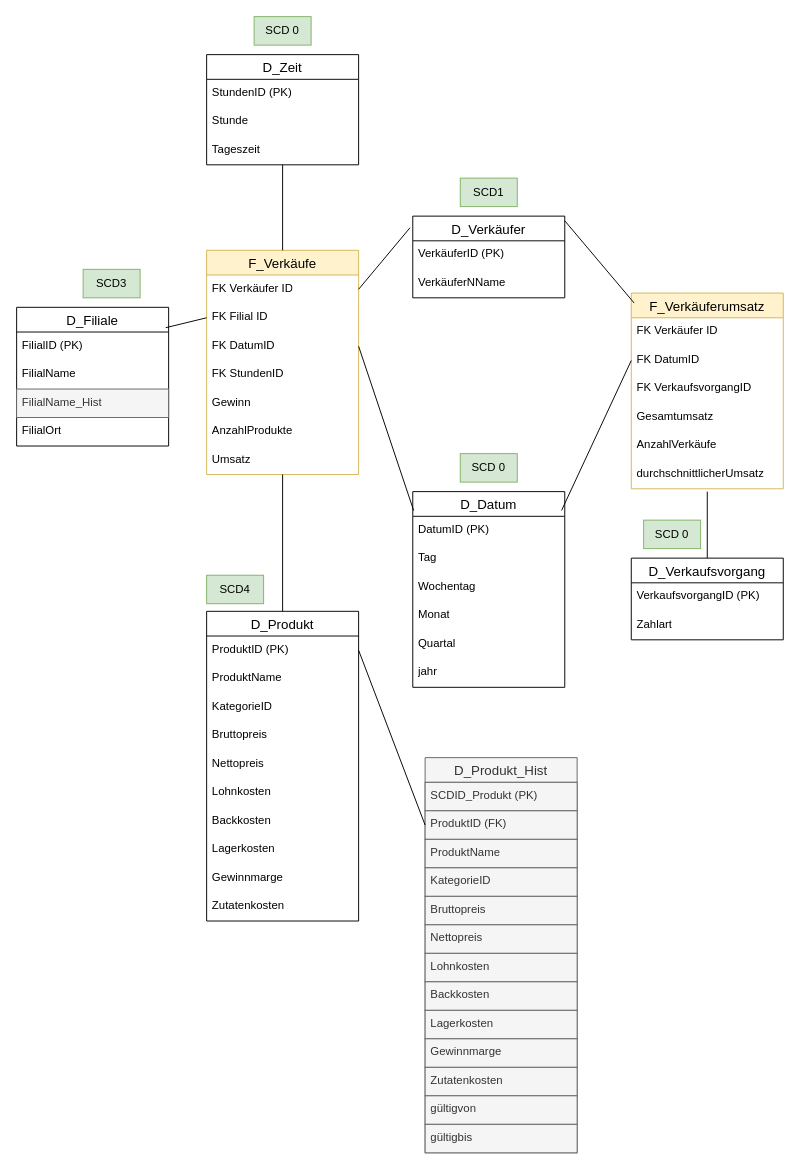
Thoerchen/BackZeit keeps this draw.io diagram as Galaxyschema_BrotZeit_mitSCD.drawio. Above is the earlier version. Source tidied: cells renumbered, new cells numbered last; positions are measured from the earlier drawing's top-left corner, leaving out a move shared by most shapes. Both pictures are drawn from the tidied source at 95%, with x=0, y=0 at pixel (16, 16).
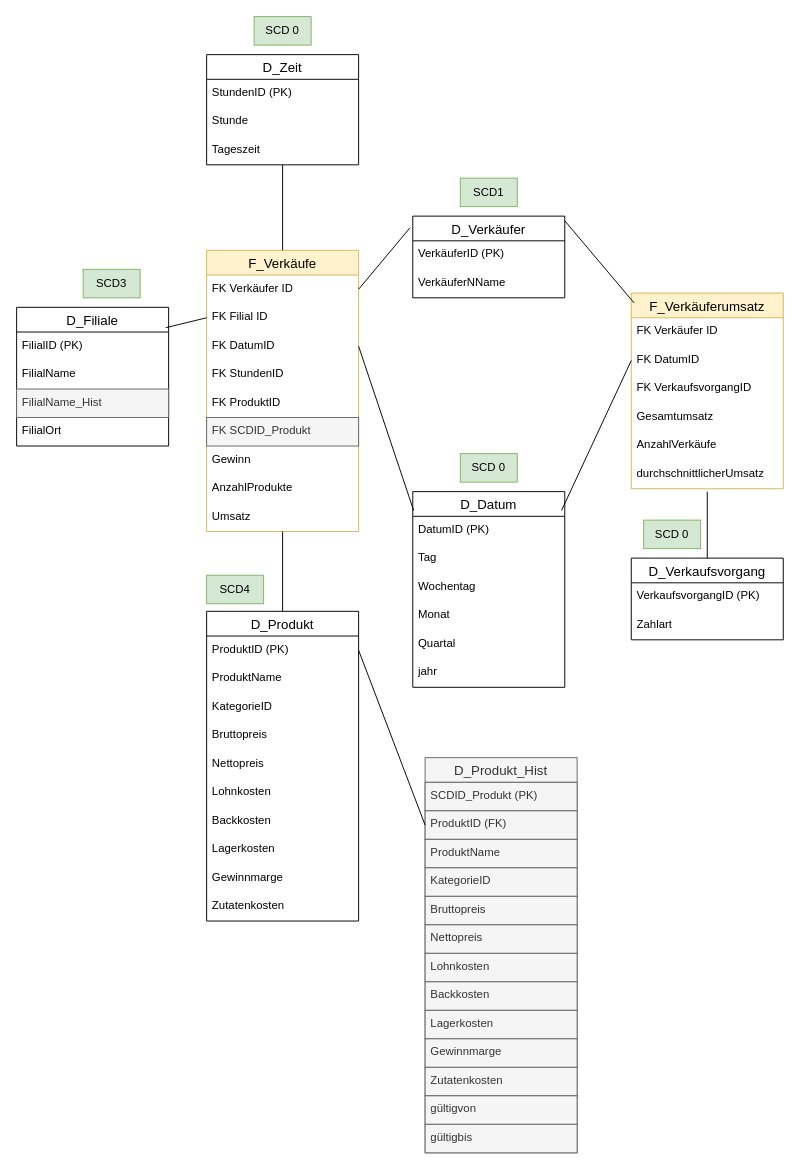
The same page after the edit.

Diff of the diagram source:
```diff
@@
     <mxCell id="2" value="F_Verkäufe" style="swimlane;fontStyle=0;horizontal=1;startSize=26;align=center;fontSize=14;fillColor=#fff2cc;strokeColor=#d6b656;" parent="1" vertex="1">
-      <mxGeometry x="200" y="246" width="160" height="236" as="geometry" />
+      <mxGeometry x="200" y="246" width="160" height="296" as="geometry" />
     </mxCell>
@@
+    <mxCell id="79" value="FK ProduktID" style="text;strokeColor=none;fillColor=none;spacingLeft=4;spacingRight=4;overflow=hidden;fontSize=12;whiteSpace=wrap;html=1;" parent="2" vertex="1">
+      <mxGeometry y="146" width="160" height="30" as="geometry" />
+    </mxCell>
+    <mxCell id="80" value="FK SCDID_Produkt" style="text;strokeColor=#666666;fillColor=#f5f5f5;spacingLeft=4;spacingRight=4;overflow=hidden;fontSize=12;whiteSpace=wrap;html=1;fontColor=#333333;" parent="2" vertex="1">
+      <mxGeometry y="176" width="160" height="30" as="geometry" />
+    </mxCell>
     <mxCell id="7" value="Gewinn" style="text;strokeColor=none;fillColor=none;spacingLeft=4;spacingRight=4;overflow=hidden;fontSize=12;whiteSpace=wrap;html=1;" parent="2" vertex="1">
-      <mxGeometry y="146" width="160" height="30" as="geometry" />
+      <mxGeometry y="206" width="160" height="30" as="geometry" />
     </mxCell>
     <mxCell id="8" value="AnzahlProdukte" style="text;strokeColor=none;fillColor=none;spacingLeft=4;spacingRight=4;overflow=hidden;fontSize=12;whiteSpace=wrap;html=1;" parent="2" vertex="1">
-      <mxGeometry y="176" width="160" height="30" as="geometry" />
+      <mxGeometry y="236" width="160" height="30" as="geometry" />
     </mxCell>
     <mxCell id="9" value="Umsatz" style="text;strokeColor=none;fillColor=none;spacingLeft=4;spacingRight=4;overflow=hidden;fontSize=12;whiteSpace=wrap;html=1;" parent="2" vertex="1">
-      <mxGeometry y="206" width="160" height="30" as="geometry" />
+      <mxGeometry y="266" width="160" height="30" as="geometry" />
     </mxCell>
```
